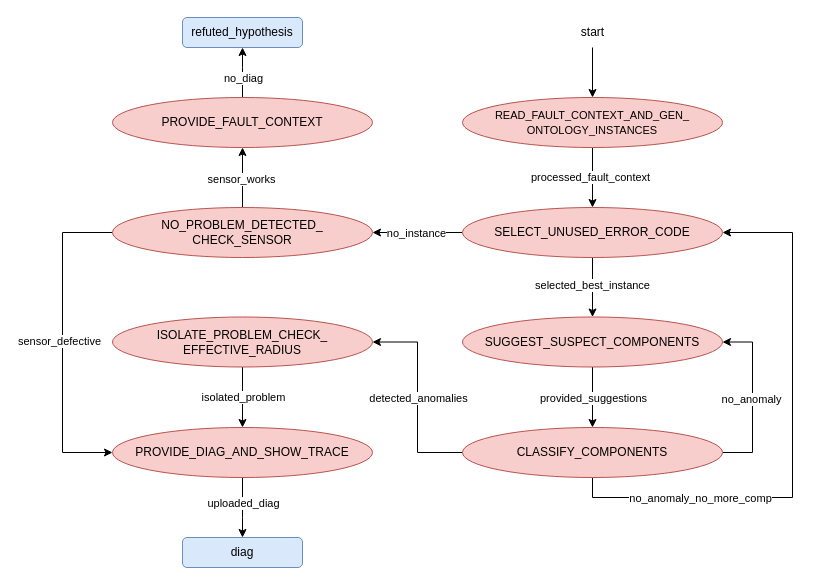
Above: high_lvl_smach.drawio in tbohne/nesy_diag_smach (draw.io), before the change. Source tidied: cells renumbered, new cells numbered last; positions are measured from the earlier drawing's top-left corner, leaving out a move shared by most shapes. Both pictures are drawn from the tidied source at 100%, with x=0, y=0 at pixel (62, 17).
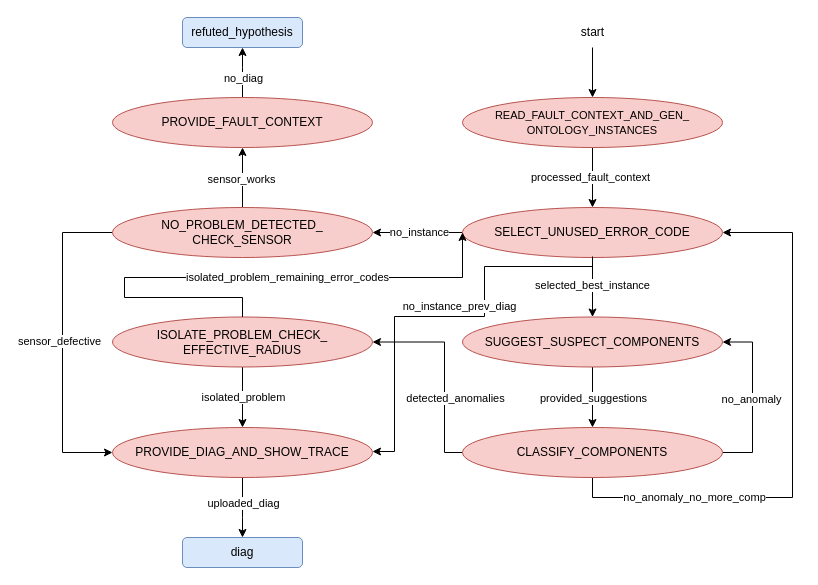
After the change.

Commit message:
update / extend vis

Unchanged cells that the change refers to:
```xml
<mxCell id="15" style="edgeStyle=orthogonalEdgeStyle;rounded=0;jettySize=auto;html=1;exitX=0;exitY=0.5;exitDx=0;exitDy=0;" parent="1" edge="1" source="17" target="35">
  <mxGeometry relative="1" as="geometry" />
</mxCell>
<mxCell id="17" value="SELECT_UNUSED_ERROR_CODE" style="ellipse;whiteSpace=wrap;html=1;fillColor=#f8cecc;strokeColor=#b85450;" parent="1" vertex="1">
  <mxGeometry x="400" y="190" width="260" height="50" as="geometry" />
</mxCell>
<mxCell id="25" style="edgeStyle=orthogonalEdgeStyle;rounded=0;jettySize=auto;html=1;exitX=0.5;exitY=1;exitDx=0;exitDy=0;entryX=1;entryY=0.5;entryDx=0;entryDy=0;" parent="1" edge="1" source="27" target="17">
  <mxGeometry relative="1" as="geometry">
    <Array as="points">
      <mxPoint x="530" y="480" />
      <mxPoint x="730" y="480" />
      <mxPoint x="730" y="215" />
    </Array>
  </mxGeometry>
</mxCell>
<mxCell id="27" value="CLASSIFY_COMPONENTS" style="ellipse;whiteSpace=wrap;html=1;fillColor=#f8cecc;strokeColor=#b85450;" parent="1" vertex="1">
  <mxGeometry x="400" y="410" width="260" height="50" as="geometry" />
</mxCell>
<mxCell id="30" value="&lt;div&gt;ISOLATE_PROBLEM_CHECK_&lt;/div&gt;&lt;div&gt;EFFECTIVE_RADIUS&lt;/div&gt;" style="ellipse;whiteSpace=wrap;html=1;fillColor=#f8cecc;strokeColor=#b85450;" parent="1" vertex="1">
  <mxGeometry x="50" y="299.5" width="260" height="50" as="geometry" />
</mxCell>
```

Change to the diagram source:
```diff
@@
     <mxCell id="16" value="no_instance" style="edgeLabel;html=1;align=center;verticalAlign=middle;" parent="15" vertex="1">
       <mxGeometry x="0.25" y="1" relative="1" as="geometry">
-        <mxPoint x="9" y="-1" as="offset" />
+        <mxPoint x="12" y="-2" as="offset" />
       </mxGeometry>
     </mxCell>
@@
     <mxCell id="23" style="edgeStyle=orthogonalEdgeStyle;rounded=0;jettySize=auto;html=1;exitX=0;exitY=0.5;exitDx=0;exitDy=0;entryX=1;entryY=0.5;entryDx=0;entryDy=0;" parent="1" edge="1" source="27" target="30">
-      <mxGeometry relative="1" as="geometry" />
+      <mxGeometry relative="1" as="geometry">
+        <Array as="points">
+          <mxPoint x="382" y="435" />
+          <mxPoint x="382" y="324" />
+        </Array>
+      </mxGeometry>
     </mxCell>
     <mxCell id="24" value="detected_anomalies" style="edgeLabel;html=1;align=center;verticalAlign=middle;" parent="23" vertex="1">
-      <mxGeometry relative="1" as="geometry" />
+      <mxGeometry relative="1" as="geometry">
+        <mxPoint x="10" y="27" as="offset" />
+      </mxGeometry>
     </mxCell>
@@
     <mxCell id="26" value="no_anomaly_no_more_comp" style="edgeLabel;html=1;align=center;verticalAlign=middle;" parent="25" vertex="1">
       <mxGeometry x="-0.72" relative="1" as="geometry">
-        <mxPoint x="49" as="offset" />
+        <mxPoint x="43" y="-1" as="offset" />
       </mxGeometry>
     </mxCell>
@@
+    <mxCell id="38" style="edgeStyle=orthogonalEdgeStyle;rounded=0;orthogonalLoop=1;jettySize=auto;html=1;entryX=1;entryY=0.5;entryDx=0;entryDy=0;" parent="1" edge="1">
+      <mxGeometry relative="1" as="geometry">
+        <mxPoint x="530" y="239" as="sourcePoint" />
+        <mxPoint x="310" y="434" as="targetPoint" />
+        <Array as="points">
+          <mxPoint x="530" y="249" />
+          <mxPoint x="422" y="249" />
+          <mxPoint x="422" y="299" />
+          <mxPoint x="332" y="299" />
+          <mxPoint x="332" y="434" />
+        </Array>
+      </mxGeometry>
+    </mxCell>
+    <mxCell id="39" value="no_instance_prev_diag" style="edgeLabel;html=1;align=center;verticalAlign=middle;" parent="38" vertex="1">
+      <mxGeometry x="-0.21" relative="1" as="geometry">
+        <mxPoint x="-26" y="-7" as="offset" />
+      </mxGeometry>
+    </mxCell>
+    <mxCell id="40" style="edgeStyle=orthogonalEdgeStyle;rounded=0;jettySize=auto;html=1;exitX=0.5;exitY=0;exitDx=0;exitDy=0;entryX=0;entryY=0.5;entryDx=0;entryDy=0;" parent="1" edge="1" source="30" target="17">
+      <mxGeometry relative="1" as="geometry">
+        <Array as="points">
+          <mxPoint x="180" y="280" />
+          <mxPoint x="62" y="280" />
+          <mxPoint x="62" y="260" />
+          <mxPoint x="400" y="260" />
+        </Array>
+      </mxGeometry>
+    </mxCell>
+    <mxCell id="41" value="isolated_problem_remaining_error_codes" style="edgeLabel;html=1;align=center;verticalAlign=middle;" parent="40" vertex="1">
+      <mxGeometry x="-0.32" y="-1" relative="1" as="geometry">
+        <mxPoint x="136" y="-2" as="offset" />
+      </mxGeometry>
+    </mxCell>
```
